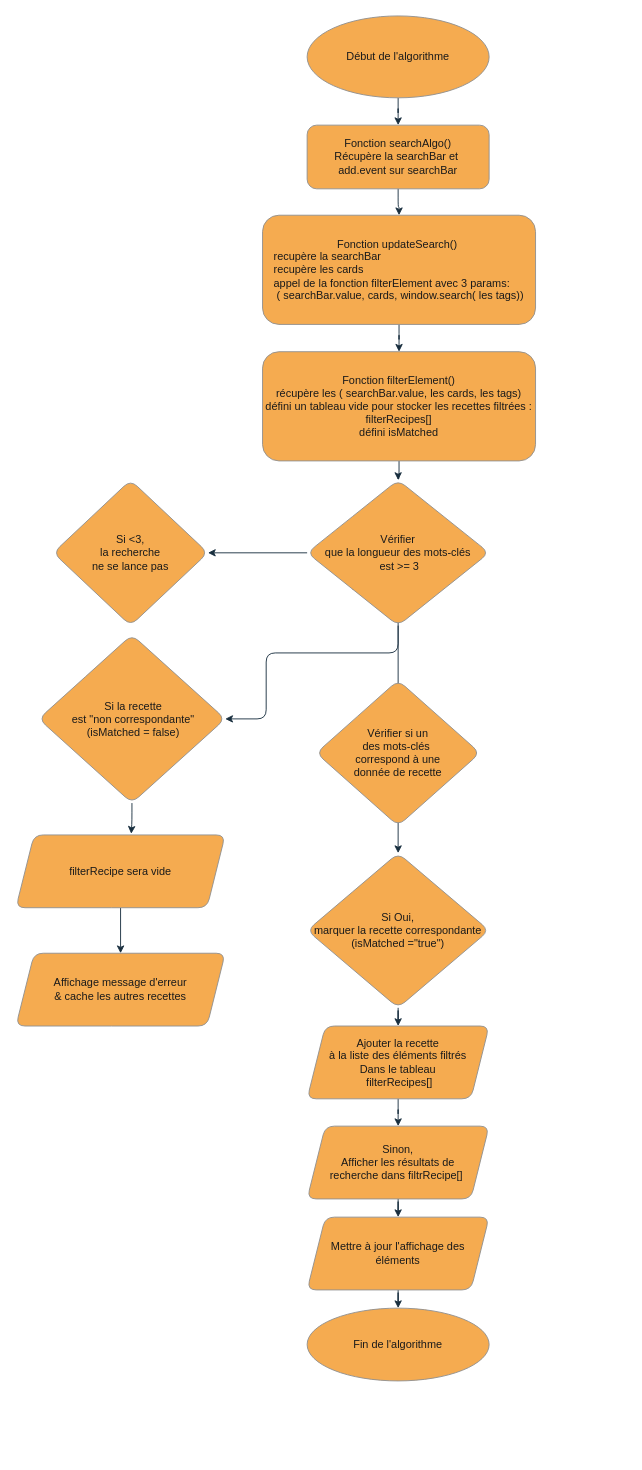
Above: Algo de recherche n°1.drawio in abaddon101/Projet---Les-Petits-Plats (draw.io), before the change. Source tidied: cells renumbered, new cells numbered last; positions are measured from the earlier drawing's top-left corner, leaving out a move shared by most shapes. Both pictures are drawn from the tidied source at 91%, with x=0, y=0 at pixel (15, 15).
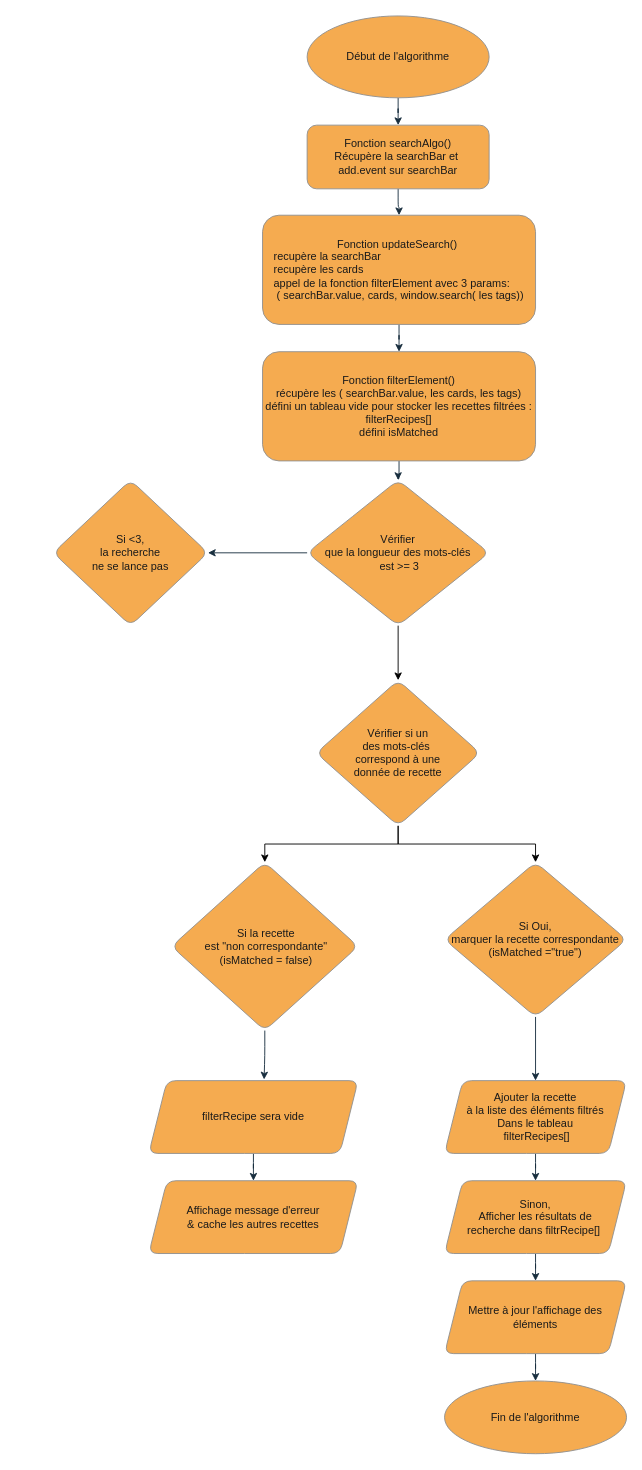
The same diagram, later.

Commit message:
Mettre à jour Algo de recherche n°1.drawio

The change refers to these unchanged cells:
```xml
<mxCell id="15" value="Vérifier &lt;br&gt;que la longueur des mots-clés&lt;br&gt;&amp;nbsp;est &amp;gt;= 3 " style="rhombus;whiteSpace=wrap;html=1;rounded=1;labelBackgroundColor=none;fillColor=#F5AB50;strokeColor=#909090;fontColor=#1A1A1A;" parent="1" vertex="1">
  <mxGeometry x="320" y="510" width="200" height="160" as="geometry" />
</mxCell>
<mxCell id="26" value="Vérifier si un &lt;br&gt;des mots-clés&amp;nbsp;&lt;br&gt;correspond à une &lt;br&gt;donnée de recette" style="rhombus;whiteSpace=wrap;html=1;rounded=1;labelBackgroundColor=none;fillColor=#F5AB50;strokeColor=#909090;fontColor=#1A1A1A;" parent="1" vertex="1">
  <mxGeometry x="330" y="730" width="180" height="160" as="geometry" />
</mxCell>
```

What changed in the source:
```diff
@@
     <mxCell id="3" value="filterRecipe sera vide" style="shape=parallelogram;perimeter=parallelogramPerimeter;whiteSpace=wrap;html=1;fixedSize=1;labelBackgroundColor=none;fillColor=#F5AB50;strokeColor=#909090;fontColor=#1A1A1A;rounded=1;" parent="1" vertex="1">
-      <mxGeometry y="900" width="230" height="80" as="geometry" />
+      <mxGeometry x="146" y="1170" width="230" height="80" as="geometry" />
     </mxCell>
@@
-    <mxCell id="12" style="edgeStyle=orthogonalEdgeStyle;rounded=1;jettySize=auto;html=1;labelBackgroundColor=none;strokeColor=#182E3E;fontColor=default;" parent="1" edge="1" source="15" target="17">
-      <mxGeometry relative="1" as="geometry" />
-    </mxCell>
@@
-    <mxCell id="14" style="edgeStyle=orthogonalEdgeStyle;rounded=1;jettySize=auto;html=1;exitX=0;exitY=1;exitDx=0;exitDy=0;entryX=1;entryY=0.5;entryDx=0;entryDy=0;strokeColor=#182E3E;fontColor=default;labelBackgroundColor=none;" parent="1" edge="1" source="15" target="28">
-      <mxGeometry relative="1" as="geometry">
-        <Array as="points">
-          <mxPoint x="420" y="630" />
-          <mxPoint x="420" y="700" />
-          <mxPoint x="275" y="700" />
-          <mxPoint x="275" y="772" />
-        </Array>
-      </mxGeometry>
-    </mxCell>
+    <mxCell id="31" style="edgeStyle=orthogonalEdgeStyle;rounded=0;jettySize=auto;html=1;entryX=0.5;entryY=0;entryDx=0;entryDy=0;" parent="1" edge="1" source="15" target="26">
+      <mxGeometry relative="1" as="geometry" />
+    </mxCell>
@@
     <mxCell id="17" value="Si Oui, &lt;br&gt;marquer la recette correspondante (isMatched =&quot;true&quot;)" style="rhombus;whiteSpace=wrap;html=1;labelBackgroundColor=none;fillColor=#F5AB50;strokeColor=#909090;fontColor=#1A1A1A;rounded=1;" parent="1" vertex="1">
-      <mxGeometry x="320" y="920" width="200" height="170" as="geometry" />
+      <mxGeometry x="471" y="930" width="200" height="170" as="geometry" />
     </mxCell>
@@
     <mxCell id="19" value="Ajouter la recette&lt;br&gt;à la liste des éléments filtrés&lt;br&gt;Dans le tableau&lt;br&gt;&amp;nbsp;filterRecipes[]" style="shape=parallelogram;perimeter=parallelogramPerimeter;whiteSpace=wrap;html=1;fixedSize=1;labelBackgroundColor=none;fillColor=#F5AB50;strokeColor=#909090;fontColor=#1A1A1A;rounded=1;" parent="1" vertex="1">
-      <mxGeometry x="320" y="1110" width="200" height="80" as="geometry" />
+      <mxGeometry x="471" y="1170" width="200" height="80" as="geometry" />
     </mxCell>
@@
     <mxCell id="21" value="Sinon,&lt;br&gt;Afficher les résultats de&lt;br&gt;recherche dans filtrRecipe[]&amp;nbsp;" style="shape=parallelogram;perimeter=parallelogramPerimeter;whiteSpace=wrap;html=1;fixedSize=1;labelBackgroundColor=none;fillColor=#F5AB50;strokeColor=#909090;fontColor=#1A1A1A;rounded=1;" parent="1" vertex="1">
-      <mxGeometry x="320" y="1220" width="200" height="80" as="geometry" />
+      <mxGeometry x="471" y="1280" width="200" height="80" as="geometry" />
     </mxCell>
@@
     <mxCell id="23" value="Mettre à jour l'affichage des éléments" style="shape=parallelogram;perimeter=parallelogramPerimeter;whiteSpace=wrap;html=1;fixedSize=1;labelBackgroundColor=none;fillColor=#F5AB50;strokeColor=#909090;fontColor=#1A1A1A;rounded=1;" parent="1" vertex="1">
-      <mxGeometry x="320" y="1320" width="200" height="80" as="geometry" />
+      <mxGeometry x="471" y="1390" width="200" height="80" as="geometry" />
     </mxCell>
     <mxCell id="24" value="Fin de l'algorithme" style="ellipse;whiteSpace=wrap;html=1;labelBackgroundColor=none;fillColor=#F5AB50;strokeColor=#909090;fontColor=#1A1A1A;rounded=1;" parent="1" vertex="1">
-      <mxGeometry x="320" y="1420" width="200" height="80" as="geometry" />
+      <mxGeometry x="471" y="1500" width="200" height="80" as="geometry" />
     </mxCell>
@@
+    <mxCell id="32" style="edgeStyle=orthogonalEdgeStyle;rounded=0;jettySize=auto;html=1;entryX=0.5;entryY=0;entryDx=0;entryDy=0;" parent="1" edge="1" source="26" target="17">
+      <mxGeometry relative="1" as="geometry" />
+    </mxCell>
+    <mxCell id="33" style="edgeStyle=orthogonalEdgeStyle;rounded=0;jettySize=auto;html=1;entryX=0.5;entryY=0;entryDx=0;entryDy=0;" parent="1" edge="1" source="26" target="28">
+      <mxGeometry relative="1" as="geometry" />
+    </mxCell>
@@
     <mxCell id="28" value="&amp;nbsp;Si la recette&lt;br style=&quot;border-color: var(--border-color);&quot;&gt;&amp;nbsp;est &quot;non correspondante&quot;&lt;br style=&quot;border-color: var(--border-color);&quot;&gt;&amp;nbsp;(isMatched = false)" style="rhombus;whiteSpace=wrap;html=1;rounded=1;labelBackgroundColor=none;fillColor=#F5AB50;strokeColor=#909090;fontColor=#1A1A1A;" parent="1" vertex="1">
-      <mxGeometry x="25" y="680" width="205" height="185" as="geometry" />
+      <mxGeometry x="171" y="930" width="205" height="185" as="geometry" />
     </mxCell>
@@
     <mxCell id="30" value="Affichage message d'erreur&lt;br&gt;&amp;amp; cache les autres recettes" style="shape=parallelogram;perimeter=parallelogramPerimeter;whiteSpace=wrap;html=1;fixedSize=1;labelBackgroundColor=none;fillColor=#F5AB50;strokeColor=#909090;fontColor=#1A1A1A;rounded=1;" parent="1" vertex="1">
-      <mxGeometry y="1030" width="230" height="80" as="geometry" />
+      <mxGeometry x="146" y="1280" width="230" height="80" as="geometry" />
     </mxCell>
```
